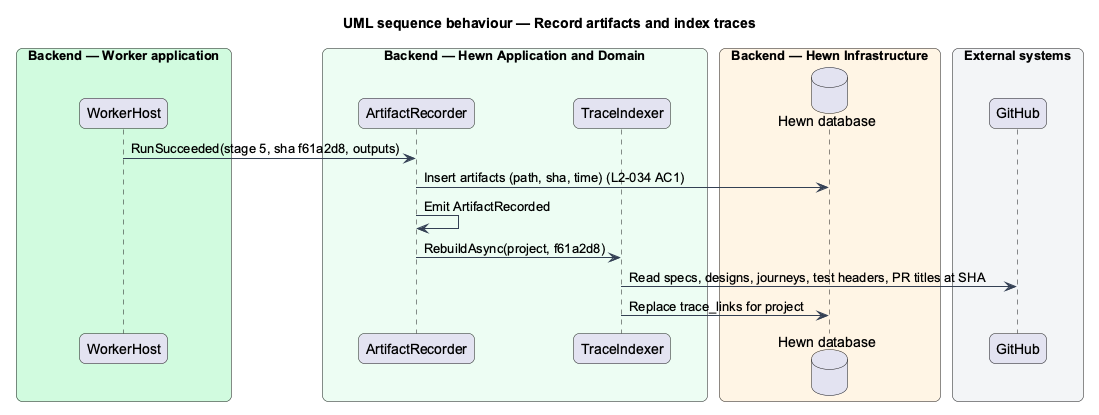
Earlier version of the PlantUML export docs/detailed-designs/mission-control/artifacts-and-traceability/diagrams/sequence-record-and-index.png (QuinntyneBrown/hewn). Its diagram source:
```plantuml
@startuml
title UML sequence behaviour — Record artifacts and index traces
skinparam backgroundColor #FFFFFF
skinparam shadowing false
skinparam roundcorner 12
skinparam defaultFontName Arial
skinparam ArrowColor #344054
skinparam rectangle {
  BorderColor #344054
  FontColor #101828
}
skinparam package {
  BorderColor #667085
  FontColor #101828
  BackgroundColor #F9FAFB
}
skinparam sequenceMessageAlign left
box "Backend — Worker application" #D1FADF
  participant "WorkerHost" as worker
end box
box "Backend — Hewn Application and Domain" #ECFDF3
  participant "ArtifactRecorder" as rec
  participant "TraceIndexer" as idx
end box
box "Backend — Hewn Infrastructure" #FFF4E5
  database "Hewn database" as db
end box
box "External systems" #F2F4F7
  participant "GitHub" as gh
end box
worker -> rec : RunSucceeded(stage 5, sha f61a2d8, outputs)
rec -> db : Insert artifacts (path, sha, time) (L2-034 AC1)
rec -> rec : Emit ArtifactRecorded
rec -> idx : RebuildAsync(project, f61a2d8)
idx -> gh : Read specs, designs, journeys, test headers, PR titles at SHA
idx -> db : Replace trace_links for project
@enduml
```
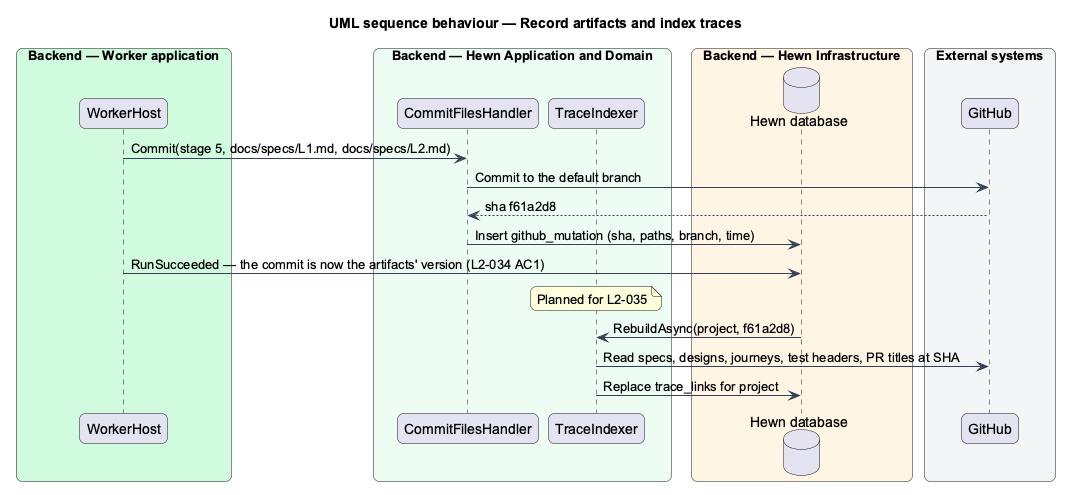
Above is the later version.

Change to the diagram source:
```diff
@@ -19,7 +19,7 @@
   participant "WorkerHost" as worker
 end box
 box "Backend — Hewn Application and Domain" #ECFDF3
-  participant "ArtifactRecorder" as rec
+  participant "CommitFilesHandler" as rec
   participant "TraceIndexer" as idx
 end box
 box "Backend — Hewn Infrastructure" #FFF4E5
@@ -28,10 +28,13 @@
 box "External systems" #F2F4F7
   participant "GitHub" as gh
 end box
-worker -> rec : RunSucceeded(stage 5, sha f61a2d8, outputs)
-rec -> db : Insert artifacts (path, sha, time) (L2-034 AC1)
-rec -> rec : Emit ArtifactRecorded
-rec -> idx : RebuildAsync(project, f61a2d8)
+worker -> rec : Commit(stage 5, docs/specs/L1.md, docs/specs/L2.md)
+rec -> gh : Commit to the default branch
+gh --> rec : sha f61a2d8
+rec -> db : Insert github_mutation (sha, paths, branch, time)
+worker -> db : RunSucceeded — the commit is now the artifacts' version (L2-034 AC1)
+note over idx : Planned for L2-035
+db -> idx : RebuildAsync(project, f61a2d8)
 idx -> gh : Read specs, designs, journeys, test headers, PR titles at SHA
 idx -> db : Replace trace_links for project
 @enduml
```
